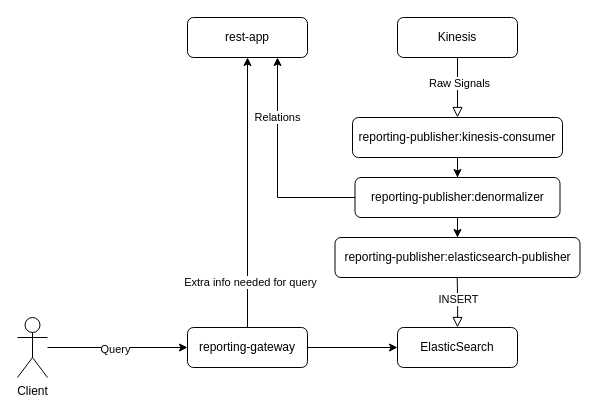
Before: diagrams/reporting.drawio in evoconou/draw.io, a draw.io diagram. Source tidied: cells renumbered, new cells numbered last; positions are measured from the earlier drawing's top-left corner, leaving out a move shared by most shapes. Both pictures are drawn from the tidied source at 100%, with x=0, y=0 at pixel (17, 17).
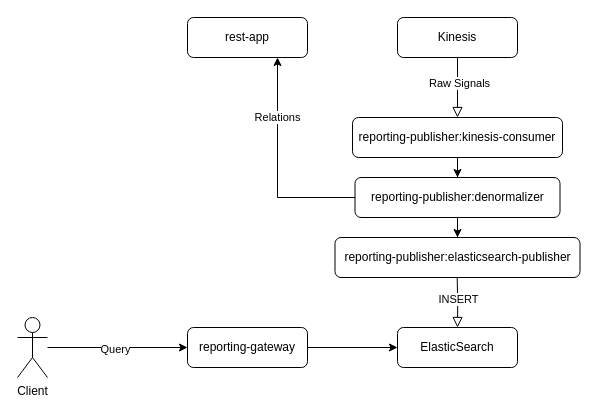
Above is the later version.

The change refers to these unchanged cells:
```xml
<mxCell id="13" value="rest-app" style="rounded=1;whiteSpace=wrap;html=1;fontSize=12;glass=0;strokeWidth=1;shadow=0;" parent="1" vertex="1">
  <mxGeometry x="170" width="120" height="40" as="geometry" />
</mxCell>
<mxCell id="22" value="reporting-gateway" style="rounded=1;whiteSpace=wrap;html=1;fontSize=12;glass=0;strokeWidth=1;shadow=0;" parent="1" vertex="1">
  <mxGeometry x="170" y="310" width="120" height="40" as="geometry" />
</mxCell>
```

Diff of the diagram source:
```diff
@@
-    <mxCell id="20" style="edgeStyle=orthogonalEdgeStyle;rounded=0;jettySize=auto;html=1;entryX=0.5;entryY=1;entryDx=0;entryDy=0;" parent="1" edge="1" source="22" target="13">
-      <mxGeometry relative="1" as="geometry" />
-    </mxCell>
-    <mxCell id="21" value="Extra info needed for query" style="edgeLabel;html=1;align=center;verticalAlign=middle;" parent="20" vertex="1">
-      <mxGeometry x="-0.66" y="-2" relative="1" as="geometry" />
-    </mxCell>
```
